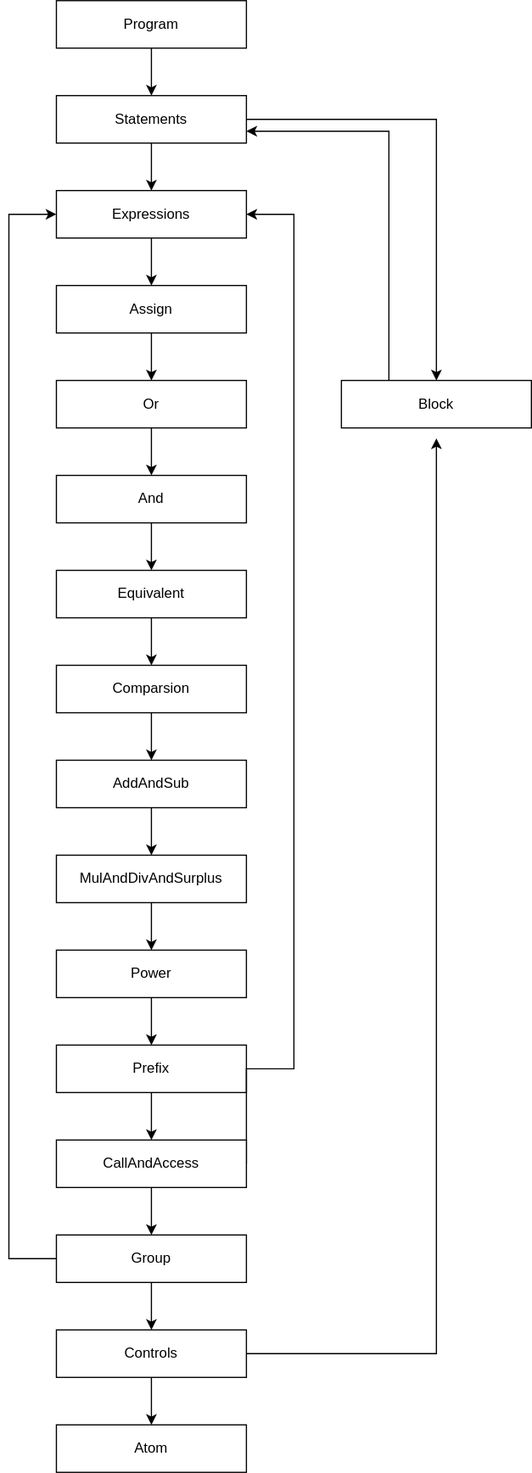
kuro-lang/kuro-lang keeps this draw.io diagram as parsers.drawio.svg. Above is the earlier version. Source tidied: cells renumbered, new cells last; positions are measured from the earlier drawing's top-left corner, leaving out a move shared by most shapes.
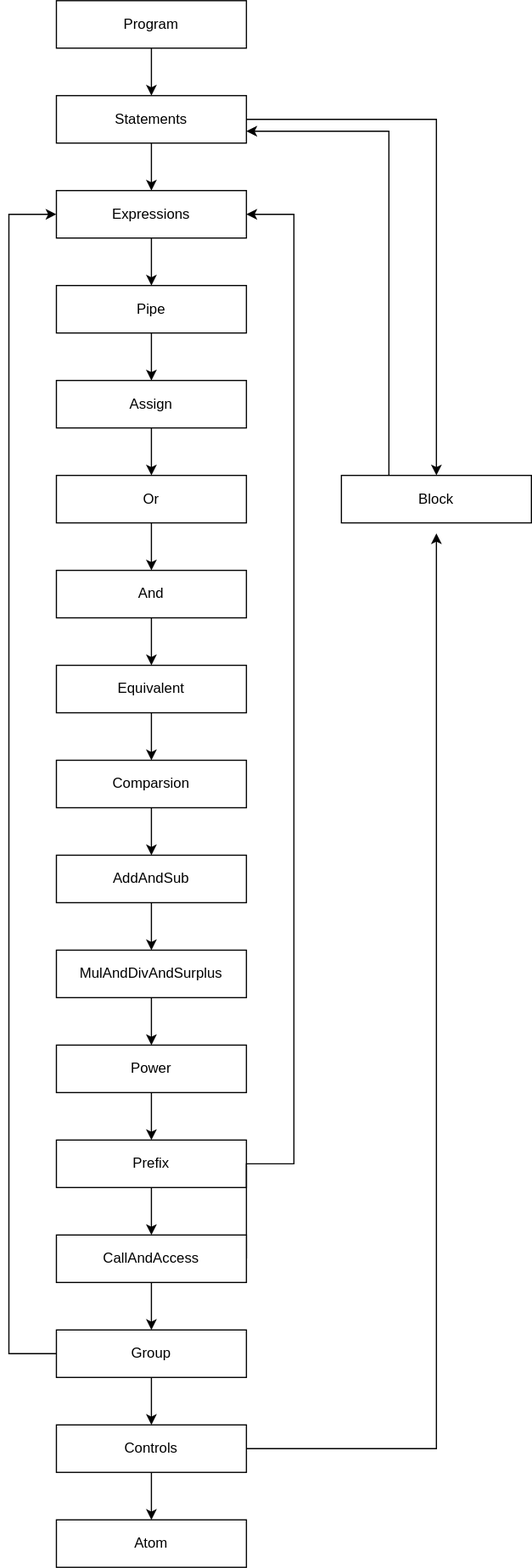
The same file after the commit.

Diff of the diagram source:
```diff
@@ -6,7 +6,7 @@
       <mxGeometry relative="1" as="geometry" />
     </mxCell>
     <mxCell id="3" value="Program" style="rounded=0;whiteSpace=wrap;html=1;" parent="1" vertex="1">
-      <mxGeometry x="40" width="160" height="40" as="geometry" />
+      <mxGeometry x="40" y="-80" width="160" height="40" as="geometry" />
     </mxCell>
     <mxCell id="4" style="edgeStyle=orthogonalEdgeStyle;rounded=0;jettySize=auto;html=1;exitX=0.5;exitY=1;exitDx=0;exitDy=0;" parent="1" edge="1" source="6" target="8">
       <mxGeometry relative="1" as="geometry" />
@@ -15,13 +15,13 @@
       <mxGeometry relative="1" as="geometry" />
     </mxCell>
     <mxCell id="6" value="Statements" style="rounded=0;whiteSpace=wrap;html=1;" parent="1" vertex="1">
-      <mxGeometry x="40" y="80" width="160" height="40" as="geometry" />
+      <mxGeometry x="40" width="160" height="40" as="geometry" />
     </mxCell>
-    <mxCell id="7" style="edgeStyle=orthogonalEdgeStyle;rounded=0;jettySize=auto;html=1;exitX=0.5;exitY=1;exitDx=0;exitDy=0;" parent="1" edge="1" source="8" target="10">
-      <mxGeometry relative="1" as="geometry" />
-    </mxCell>
+    <mxCell id="39" style="edgeStyle=orthogonalEdgeStyle;rounded=0;jettySize=auto;html=1;exitX=0.5;exitY=1;exitDx=0;exitDy=0;entryX=0.5;entryY=0;entryDx=0;entryDy=0;" parent="1" edge="1" source="8" target="41">
+      <mxGeometry relative="1" as="geometry" />
+    </mxCell>
     <mxCell id="8" value="Expressions" style="rounded=0;whiteSpace=wrap;html=1;" parent="1" vertex="1">
-      <mxGeometry x="40" y="160" width="160" height="40" as="geometry" />
+      <mxGeometry x="40" y="80" width="160" height="40" as="geometry" />
     </mxCell>
     <mxCell id="9" style="edgeStyle=orthogonalEdgeStyle;rounded=0;jettySize=auto;html=1;exitX=0.5;exitY=1;exitDx=0;exitDy=0;" parent="1" edge="1" source="10" target="12">
       <mxGeometry relative="1" as="geometry" />
@@ -74,8 +74,9 @@
     <mxCell id="25" style="edgeStyle=orthogonalEdgeStyle;rounded=0;jettySize=auto;html=1;exitX=1;exitY=0.5;exitDx=0;exitDy=0;entryX=1;entryY=0.5;entryDx=0;entryDy=0;" parent="1" edge="1" source="27" target="8">
       <mxGeometry relative="1" as="geometry">
         <Array as="points">
+          <mxPoint x="200" y="900" />
           <mxPoint x="240" y="900" />
-          <mxPoint x="240" y="180" />
+          <mxPoint x="240" y="100" />
         </Array>
       </mxGeometry>
     </mxCell>
@@ -92,7 +93,7 @@
       <mxGeometry relative="1" as="geometry">
         <Array as="points">
           <mxPoint y="1060" />
-          <mxPoint y="180" />
+          <mxPoint y="100" />
         </Array>
       </mxGeometry>
     </mxCell>
@@ -125,5 +126,11 @@
     <mxCell id="38" value="Block" style="rounded=0;whiteSpace=wrap;html=1;" parent="1" vertex="1">
       <mxGeometry x="280" y="320" width="160" height="40" as="geometry" />
     </mxCell>
+    <mxCell id="40" style="edgeStyle=orthogonalEdgeStyle;rounded=0;jettySize=auto;html=1;exitX=0.5;exitY=1;exitDx=0;exitDy=0;entryX=0.5;entryY=0;entryDx=0;entryDy=0;" parent="1" edge="1" source="41" target="10">
+      <mxGeometry relative="1" as="geometry" />
+    </mxCell>
+    <mxCell id="41" value="Pipe" style="rounded=0;whiteSpace=wrap;html=1;" parent="1" vertex="1">
+      <mxGeometry x="40" y="160" width="160" height="40" as="geometry" />
+    </mxCell>
   </root>
 </mxGraphModel>
```
